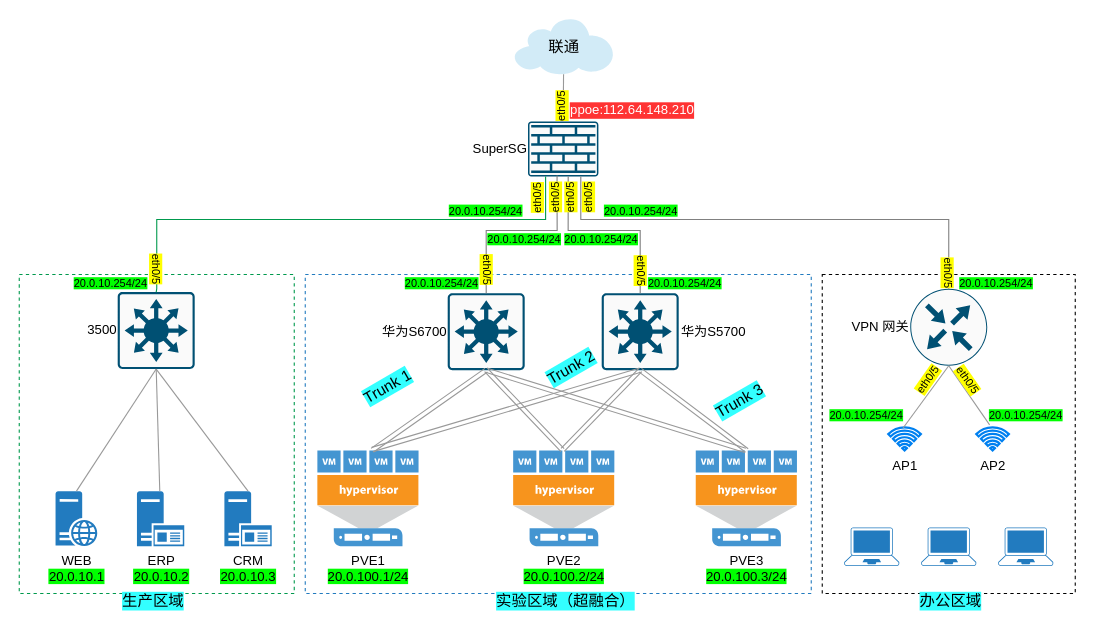
Earlier version of the draw.io diagram page "实验环境拓扑图" (5 of 5) of Untitled Diagram.drawio (ahhfltj/cloud). Source tidied: cells renumbered, new cells numbered last; positions are measured from the earlier drawing's top-left corner, leaving out a move shared by most shapes. Both pictures are drawn from the tidied source at 110%, with x=0, y=0 at pixel (19, 19).
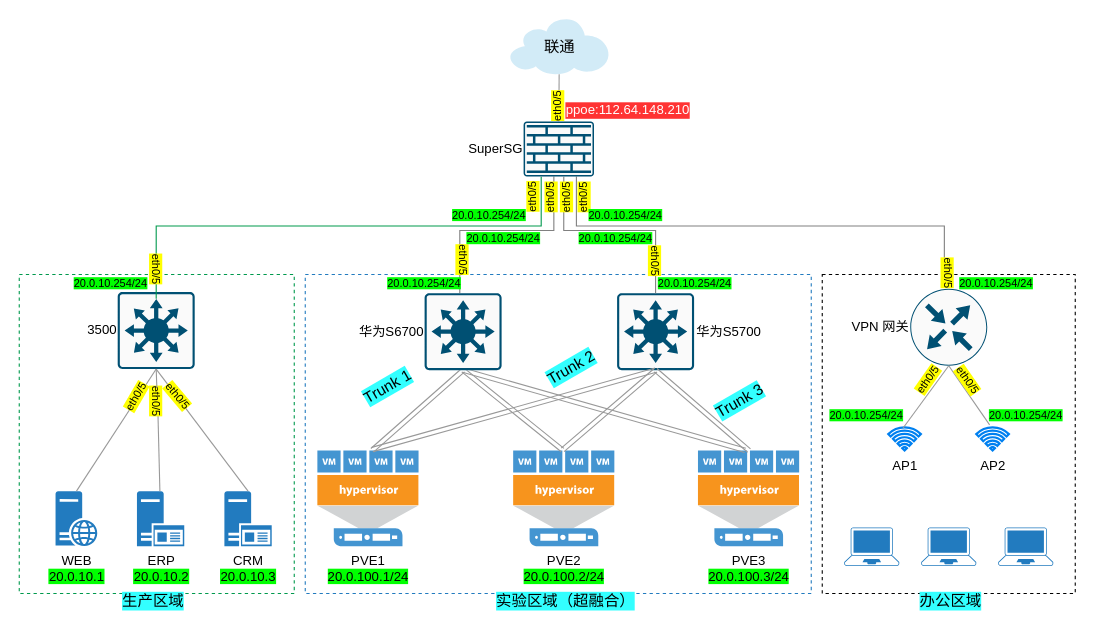
Above is the later version.

The change refers to these unchanged cells:
```xml
<mxCell id="10" value="VPN 网关" style="points=[[0.5,0,0],[1,0.5,0],[0.5,1,0],[0,0.5,0],[0.145,0.145,0],[0.8555,0.145,0],[0.855,0.8555,0],[0.145,0.855,0]];verticalLabelPosition=middle;html=1;verticalAlign=middle;align=right;shape=mxgraph.cisco19.rect;prIcon=router;fillColor=#FAFAFA;strokeColor=#005073;labelPosition=left;" parent="1" vertex="1">
  <mxGeometry x="810" y="245" width="70" height="70" as="geometry" />
</mxCell>
<mxCell id="13" value="3500" style="points=[[0.015,0.015,0],[0.985,0.015,0],[0.985,0.985,0],[0.015,0.985,0],[0.25,0,0],[0.5,0,0],[0.75,0,0],[1,0.25,0],[1,0.5,0],[1,0.75,0],[0.75,1,0],[0.5,1,0],[0.25,1,0],[0,0.75,0],[0,0.5,0],[0,0.25,0]];verticalLabelPosition=middle;html=1;verticalAlign=middle;align=right;shape=mxgraph.cisco19.rect;prIcon=l3_switch;fillColor=#FAFAFA;strokeColor=#005073;labelPosition=left;" parent="1" vertex="1">
  <mxGeometry x="89.5" y="248" width="70" height="70" as="geometry" />
</mxCell>
<mxCell id="15" value="ERP&lt;br&gt;&lt;span style=&quot;background-color: rgb(0 , 255 , 0)&quot;&gt;20.0.10.2&lt;/span&gt;" style="shadow=0;dashed=0;html=1;strokeColor=none;labelPosition=center;verticalLabelPosition=bottom;verticalAlign=top;align=center;shape=mxgraph.mscae.enterprise.application_server2;fillColor=#227BBF;" parent="1" vertex="1">
  <mxGeometry x="107" y="429" width="43" height="50" as="geometry" />
</mxCell>
```

The edit, as a diff of the source:
```diff
@@
     <mxCell id="5" value="联通" style="shadow=0;dashed=0;html=1;strokeColor=none;fillColor=#4495D1;labelPosition=center;verticalLabelPosition=middle;verticalAlign=middle;shape=mxgraph.veeam.2d.cloud;fontSize=14;align=center;" parent="1" vertex="1">
-      <mxGeometry x="450" width="90" height="50" as="geometry" />
+      <mxGeometry x="446" width="90" height="50" as="geometry" />
     </mxCell>
-    <mxCell id="6" value="华为S6700" style="points=[[0.015,0.015,0],[0.985,0.015,0],[0.985,0.985,0],[0.015,0.985,0],[0.25,0,0],[0.5,0,0],[0.75,0,0],[1,0.25,0],[1,0.5,0],[1,0.75,0],[0.75,1,0],[0.5,1,0],[0.25,1,0],[0,0.75,0],[0,0.5,0],[0,0.25,0]];verticalLabelPosition=middle;html=1;verticalAlign=middle;align=right;shape=mxgraph.cisco19.rect;prIcon=l3_switch;fillColor=#FAFAFA;strokeColor=#005073;labelPosition=left;" parent="1" vertex="1">
-      <mxGeometry x="389.5" y="249" width="70" height="70" as="geometry" />
-    </mxCell>
     <mxCell id="7" value="华为S5700" style="points=[[0.015,0.015,0],[0.985,0.015,0],[0.985,0.985,0],[0.015,0.985,0],[0.25,0,0],[0.5,0,0],[0.75,0,0],[1,0.25,0],[1,0.5,0],[1,0.75,0],[0.75,1,0],[0.5,1,0],[0.25,1,0],[0,0.75,0],[0,0.5,0],[0,0.25,0]];verticalLabelPosition=middle;html=1;verticalAlign=middle;align=left;shape=mxgraph.cisco19.rect;prIcon=l3_switch;fillColor=#FAFAFA;strokeColor=#005073;labelPosition=right;" parent="1" vertex="1">
-      <mxGeometry x="529.5" y="249" width="70" height="70" as="geometry" />
+      <mxGeometry x="543.5" y="249" width="70" height="70" as="geometry" />
     </mxCell>
-    <mxCell id="8" value="SuperSG" style="points=[[0.015,0.015,0],[0.985,0.015,0],[0.985,0.985,0],[0.015,0.985,0],[0.25,0,0],[0.5,0,0],[0.75,0,0],[1,0.25,0],[1,0.5,0],[1,0.75,0],[0.75,1,0],[0.5,1,0],[0.25,1,0],[0,0.75,0],[0,0.5,0],[0,0.25,0]];verticalLabelPosition=middle;html=1;verticalAlign=middle;align=right;shape=mxgraph.cisco19.rect;prIcon=firewall;fillColor=#FAFAFA;strokeColor=#005073;labelPosition=left;" parent="1" vertex="1">
-      <mxGeometry x="462.5" y="93" width="64" height="50" as="geometry" />
-    </mxCell>
@@
     <mxCell id="17" value="PVE3&lt;br&gt;&lt;span style=&quot;background-color: rgb(0 , 255 , 0)&quot;&gt;20.0.100.3/24&lt;/span&gt;" style="shadow=0;dashed=0;html=1;strokeColor=none;fillColor=#4495D1;labelPosition=center;verticalLabelPosition=bottom;verticalAlign=top;align=center;outlineConnect=5;shape=mxgraph.veeam.virtual_host;sketch=0;" parent="1" vertex="1">
-      <mxGeometry x="615" y="392" width="92" height="87" as="geometry" />
+      <mxGeometry x="617" y="392" width="92" height="87" as="geometry" />
     </mxCell>
@@
-    <mxCell id="22" style="edgeStyle=orthogonalEdgeStyle;rounded=0;elbow=vertical;html=1;startSize=10;endArrow=none;endFill=0;endSize=10;jettySize=auto;fontSize=14;entryX=0.5;entryY=0;entryDx=0;entryDy=0;entryPerimeter=0;fontColor=#00994D;strokeColor=#00994D;" parent="1" edge="1" target="13">
+    <mxCell id="22" style="edgeStyle=orthogonalEdgeStyle;rounded=0;elbow=vertical;html=1;startSize=10;endArrow=none;endFill=0;endSize=10;jettySize=auto;fontSize=14;entryX=0.5;entryY=0;entryDx=0;entryDy=0;entryPerimeter=0;fontColor=#00994D;strokeColor=#00994D;exitX=0.25;exitY=1;exitDx=0;exitDy=0;exitPerimeter=0;" parent="1" edge="1" source="8">
       <mxGeometry relative="1" as="geometry">
-        <mxPoint x="474" y="182" as="sourcePoint" />
+        <mxPoint x="124.5" y="254" as="targetPoint" />
         <Array as="points">
-          <mxPoint x="125" y="182" />
-          <mxPoint x="125" y="245" />
+          <mxPoint x="475" y="188" />
+          <mxPoint x="125" y="188" />
         </Array>
       </mxGeometry>
     </mxCell>
-    <mxCell id="23" style="edgeStyle=orthogonalEdgeStyle;rounded=0;elbow=vertical;html=1;startSize=10;endArrow=none;endFill=0;endSize=10;jettySize=auto;strokeColor=#808080;fontSize=14;exitX=0.75;exitY=1;exitDx=0;exitDy=0;exitPerimeter=0;entryX=0.5;entryY=0;entryDx=0;entryDy=0;entryPerimeter=0;" parent="1" edge="1" source="8" target="10">
+    <mxCell id="23" style="edgeStyle=orthogonalEdgeStyle;rounded=0;elbow=vertical;html=1;startSize=10;endArrow=none;endFill=0;endSize=10;jettySize=auto;orthogonalLoop=1;strokeColor=#808080;fontSize=14;exitX=0.75;exitY=1;exitDx=0;exitDy=0;exitPerimeter=0;entryX=0.5;entryY=0;entryDx=0;entryDy=0;entryPerimeter=0;" parent="1" edge="1">
       <mxGeometry relative="1" as="geometry">
+        <mxPoint x="506.5" y="139" as="sourcePoint" />
+        <mxPoint x="841" y="241" as="targetPoint" />
         <Array as="points">
-          <mxPoint x="510" y="182" />
-          <mxPoint x="845" y="182" />
+          <mxPoint x="507" y="188" />
+          <mxPoint x="841" y="188" />
         </Array>
       </mxGeometry>
     </mxCell>
-    <mxCell id="24" style="edgeStyle=orthogonalEdgeStyle;rounded=0;elbow=vertical;html=1;startSize=10;endArrow=none;endFill=0;endSize=10;jettySize=auto;strokeColor=#808080;fontSize=14;exitX=0.413;exitY=0.979;exitDx=0;exitDy=0;exitPerimeter=0;" parent="1" edge="1" source="8" target="6">
+    <mxCell id="24" style="edgeStyle=orthogonalEdgeStyle;rounded=0;elbow=vertical;html=1;startSize=10;endArrow=none;endFill=0;endSize=10;jettySize=auto;strokeColor=#808080;fontSize=14;exitX=0.43;exitY=0.983;exitDx=0;exitDy=0;exitPerimeter=0;entryX=0.5;entryY=0;entryDx=0;entryDy=0;entryPerimeter=0;" parent="1" edge="1" source="8">
       <mxGeometry relative="1" as="geometry">
+        <mxPoint x="400.5" y="249" as="targetPoint" />
         <Array as="points">
-          <mxPoint x="489" y="152" />
-          <mxPoint x="489" y="192" />
-          <mxPoint x="425" y="192" />
+          <mxPoint x="486" y="152" />
+          <mxPoint x="486" y="152" />
+          <mxPoint x="486" y="192" />
+          <mxPoint x="401" y="192" />
         </Array>
       </mxGeometry>
     </mxCell>
@@
-    <mxCell id="30" style="edgeStyle=none;rounded=0;jettySize=auto;html=1;endArrow=none;endFill=0;strokeWidth=1;exitX=0.5;exitY=1;exitDx=0;exitDy=0;exitPerimeter=0;strokeColor=#999999;" parent="1" edge="1" source="13" target="15">
+    <mxCell id="30" style="edgeStyle=none;rounded=0;jettySize=auto;html=1;endArrow=none;endFill=0;strokeWidth=1;exitX=0.5;exitY=1;exitDx=0;exitDy=0;exitPerimeter=0;strokeColor=#999999;" parent="1" edge="1" source="69" target="15">
       <mxGeometry relative="1" as="geometry" />
     </mxCell>
@@
     <mxCell id="41" value="&lt;div&gt;ppoe:112.64.148.210&lt;/div&gt;" style="text;whiteSpace=wrap;html=1;horizontal=1;labelBackgroundColor=#FF3333;align=center;verticalAlign=middle;rounded=1;fontColor=#FFFFFF;" parent="1" vertex="1">
-      <mxGeometry x="515.5" y="68" width="83" height="30" as="geometry" />
+      <mxGeometry x="511.5" y="68" width="83" height="30" as="geometry" />
     </mxCell>
-    <mxCell id="42" style="edgeStyle=orthogonalEdgeStyle;rounded=0;elbow=vertical;html=1;startSize=10;endArrow=none;endFill=0;endSize=10;jettySize=auto;fontSize=14;exitX=0.25;exitY=1;exitDx=0;exitDy=0;exitPerimeter=0;fontColor=#00994D;strokeColor=#00994D;" parent="1" edge="1" source="8">
-      <mxGeometry relative="1" as="geometry">
-        <mxPoint x="470" y="182" as="targetPoint" />
-        <Array as="points">
-          <mxPoint x="479" y="182" />
-        </Array>
-      </mxGeometry>
-    </mxCell>
     <mxCell id="43" value="&lt;div style=&quot;font-size: 10px&quot;&gt;eth0/5&lt;/div&gt;" style="text;whiteSpace=wrap;html=1;horizontal=0;align=center;verticalAlign=middle;labelBackgroundColor=#FFFF00;fontSize=10;" parent="1" vertex="1">
-      <mxGeometry x="462.5" y="151" width="16" height="24" as="geometry" />
+      <mxGeometry x="458.5" y="150" width="16" height="24" as="geometry" />
     </mxCell>
     <mxCell id="44" value="&lt;div style=&quot;font-size: 10px&quot;&gt;eth0/5&lt;/div&gt;" style="text;whiteSpace=wrap;html=1;horizontal=0;align=center;verticalAlign=middle;labelBackgroundColor=#FFFF00;fontSize=10;" parent="1" vertex="1">
-      <mxGeometry x="479" y="150" width="16" height="24" as="geometry" />
+      <mxGeometry x="475" y="150" width="16" height="24" as="geometry" />
     </mxCell>
     <mxCell id="45" value="&lt;div style=&quot;font-size: 10px&quot;&gt;eth0/5&lt;/div&gt;" style="text;whiteSpace=wrap;html=1;horizontal=0;align=center;verticalAlign=middle;labelBackgroundColor=#FFFF00;fontSize=10;" parent="1" vertex="1">
-      <mxGeometry x="493" y="150" width="16" height="24" as="geometry" />
+      <mxGeometry x="489" y="150" width="16" height="24" as="geometry" />
     </mxCell>
     <mxCell id="46" value="&lt;div style=&quot;font-size: 10px&quot;&gt;eth0/5&lt;/div&gt;" style="text;whiteSpace=wrap;html=1;horizontal=0;align=center;verticalAlign=middle;labelBackgroundColor=#FFFF00;fontSize=10;" parent="1" vertex="1">
-      <mxGeometry x="509" y="150" width="16" height="24" as="geometry" />
+      <mxGeometry x="505" y="150" width="16" height="24" as="geometry" />
     </mxCell>
@@
     <mxCell id="50" value="&lt;div style=&quot;font-size: 10px&quot;&gt;eth0/5&lt;/div&gt;" style="text;whiteSpace=wrap;html=1;horizontal=0;align=center;verticalAlign=middle;labelBackgroundColor=#FFFF00;fontSize=10;rotation=-180;" parent="1" vertex="1">
-      <mxGeometry x="418" y="216" width="16" height="24" as="geometry" />
+      <mxGeometry x="396" y="207" width="16" height="24" as="geometry" />
     </mxCell>
     <mxCell id="51" value="&lt;div style=&quot;font-size: 10px&quot;&gt;eth0/5&lt;/div&gt;" style="text;whiteSpace=wrap;html=1;horizontal=0;align=center;verticalAlign=middle;labelBackgroundColor=#FFFF00;fontSize=10;rotation=-180;" parent="1" vertex="1">
-      <mxGeometry x="558" y="217" width="16" height="24" as="geometry" />
+      <mxGeometry x="571" y="208" width="16" height="24" as="geometry" />
     </mxCell>
@@
     <mxCell id="53" value="&lt;div style=&quot;font-size: 10px&quot;&gt;eth0/5&lt;/div&gt;" style="text;whiteSpace=wrap;html=1;horizontal=0;align=center;verticalAlign=middle;labelBackgroundColor=#FFFF00;fontSize=10;" parent="1" vertex="1">
-      <mxGeometry x="485" y="67" width="16" height="24" as="geometry" />
+      <mxGeometry x="481" y="67" width="16" height="24" as="geometry" />
     </mxCell>
     <mxCell id="54" value="&lt;span style=&quot;background-color: rgb(0 , 255 , 0)&quot;&gt;20.0.10.254/24&lt;/span&gt;" style="text;whiteSpace=wrap;html=1;fontSize=10;" parent="1" vertex="1">
-      <mxGeometry x="389" y="162" width="85.3" height="37.9" as="geometry" />
+      <mxGeometry x="391.5" y="166.2" width="70" height="24.9" as="geometry" />
     </mxCell>
     <mxCell id="55" value="&lt;span style=&quot;background-color: rgb(0 , 255 , 0)&quot;&gt;20.0.10.254/24&lt;/span&gt;" style="text;whiteSpace=wrap;html=1;fontSize=10;" parent="1" vertex="1">
-      <mxGeometry x="529.7" y="162" width="85.3" height="37.9" as="geometry" />
+      <mxGeometry x="515.5" y="166.2" width="79" height="20" as="geometry" />
     </mxCell>
@@
     <mxCell id="58" value="&lt;span style=&quot;background-color: rgb(0 , 255 , 0)&quot;&gt;20.0.10.254/24&lt;/span&gt;" style="text;whiteSpace=wrap;html=1;fontSize=10;" parent="1" vertex="1">
-      <mxGeometry x="348.7" y="228" width="85.3" height="37.9" as="geometry" />
+      <mxGeometry x="332.7" y="228" width="85.3" height="37.9" as="geometry" />
     </mxCell>
     <mxCell id="59" value="&lt;span style=&quot;background-color: rgb(0 , 255 , 0)&quot;&gt;20.0.10.254/24&lt;/span&gt;" style="text;whiteSpace=wrap;html=1;fontSize=10;" parent="1" vertex="1">
-      <mxGeometry x="570" y="228" width="85.3" height="37.9" as="geometry" />
+      <mxGeometry x="579" y="228" width="85.3" height="37.9" as="geometry" />
     </mxCell>
     <mxCell id="60" value="&lt;span style=&quot;background-color: rgb(0 , 255 , 0)&quot;&gt;20.0.10.254/24&lt;/span&gt;" style="text;whiteSpace=wrap;html=1;fontSize=10;" parent="1" vertex="1">
-      <mxGeometry x="494" y="188.1" width="85.3" height="37.9" as="geometry" />
+      <mxGeometry x="507" y="187.1" width="85.3" height="37.9" as="geometry" />
     </mxCell>
     <mxCell id="61" value="&lt;span style=&quot;background-color: rgb(0 , 255 , 0)&quot;&gt;20.0.10.254/24&lt;/span&gt;" style="text;whiteSpace=wrap;html=1;fontSize=10;" parent="1" vertex="1">
-      <mxGeometry x="423.7" y="188.1" width="85.3" height="37.9" as="geometry" />
+      <mxGeometry x="404.7" y="187.1" width="85.3" height="37.9" as="geometry" />
     </mxCell>
@@
+    <mxCell id="6" value="华为S6700" style="points=[[0.015,0.015,0],[0.985,0.015,0],[0.985,0.985,0],[0.015,0.985,0],[0.25,0,0],[0.5,0,0],[0.75,0,0],[1,0.25,0],[1,0.5,0],[1,0.75,0],[0.75,1,0],[0.5,1,0],[0.25,1,0],[0,0.75,0],[0,0.5,0],[0,0.25,0]];verticalLabelPosition=middle;html=1;verticalAlign=middle;align=right;shape=mxgraph.cisco19.rect;prIcon=l3_switch;fillColor=#FAFAFA;strokeColor=#005073;labelPosition=left;" parent="1" vertex="1">
+      <mxGeometry x="368.5" y="249" width="70" height="70" as="geometry" />
+    </mxCell>
+    <mxCell id="67" value="&lt;div style=&quot;font-size: 10px&quot;&gt;eth0/5&lt;/div&gt;" style="text;whiteSpace=wrap;html=1;horizontal=0;align=center;verticalAlign=middle;labelBackgroundColor=#FFFF00;fontSize=10;rotation=30;" parent="1" vertex="1">
+      <mxGeometry x="98" y="331" width="16" height="24" as="geometry" />
+    </mxCell>
+    <mxCell id="68" value="&lt;div style=&quot;font-size: 10px&quot;&gt;eth0/5&lt;/div&gt;" style="text;whiteSpace=wrap;html=1;horizontal=0;align=center;verticalAlign=middle;labelBackgroundColor=#FFFF00;fontSize=10;rotation=-220;" parent="1" vertex="1">
+      <mxGeometry x="136.5" y="330" width="16" height="24" as="geometry" />
+    </mxCell>
+    <mxCell id="69" value="&lt;div style=&quot;font-size: 10px&quot;&gt;eth0/5&lt;/div&gt;" style="text;whiteSpace=wrap;html=1;horizontal=0;align=center;verticalAlign=middle;labelBackgroundColor=#FFFF00;fontSize=10;rotation=-180;" parent="1" vertex="1">
+      <mxGeometry x="117.5" y="335" width="16" height="24" as="geometry" />
+    </mxCell>
+    <mxCell id="70" style="edgeStyle=none;rounded=0;jettySize=auto;html=1;endArrow=none;endFill=0;strokeWidth=1;exitX=0.5;exitY=1;exitDx=0;exitDy=0;exitPerimeter=0;strokeColor=#999999;" parent="1" edge="1" source="13" target="69">
+      <mxGeometry relative="1" as="geometry" />
+    </mxCell>
+    <mxCell id="8" value="SuperSG" style="points=[[0.015,0.015,0],[0.985,0.015,0],[0.985,0.985,0],[0.015,0.985,0],[0.25,0,0],[0.5,0,0],[0.75,0,0],[1,0.25,0],[1,0.5,0],[1,0.75,0],[0.75,1,0],[0.5,1,0],[0.25,1,0],[0,0.75,0],[0,0.5,0],[0,0.25,0]];verticalLabelPosition=middle;html=1;verticalAlign=middle;align=right;shape=mxgraph.cisco19.rect;prIcon=firewall;fillColor=#FAFAFA;strokeColor=#005073;labelPosition=left;" parent="1" vertex="1">
+      <mxGeometry x="458.5" y="93" width="64" height="50" as="geometry" />
+    </mxCell>
```
